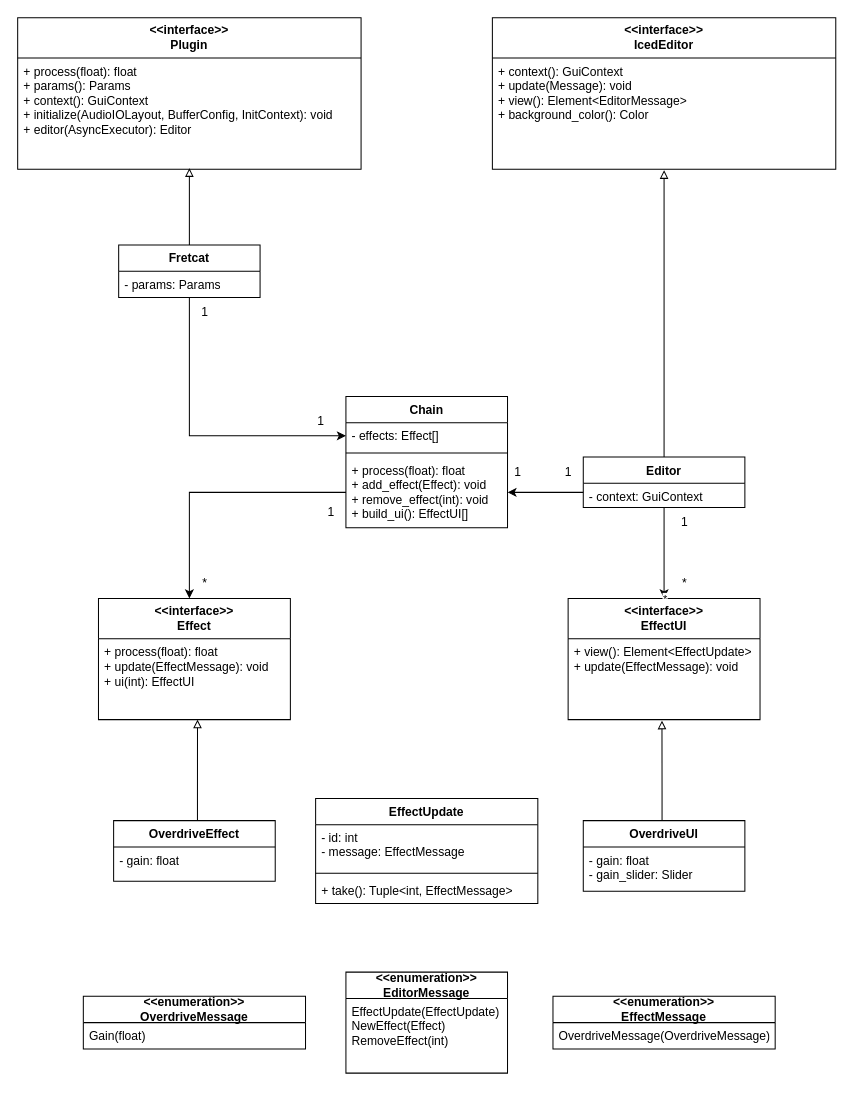
Before: diagrams/Structure/Diagrama de classe.drawio in GatoImorrivel/fretcat, a draw.io diagram. Source tidied: cells renumbered, new cells numbered last; positions are measured from the earlier drawing's top-left corner, leaving out a move shared by most shapes. Both pictures are drawn from the tidied source at 101%, with x=0, y=0 at pixel (17, 17).
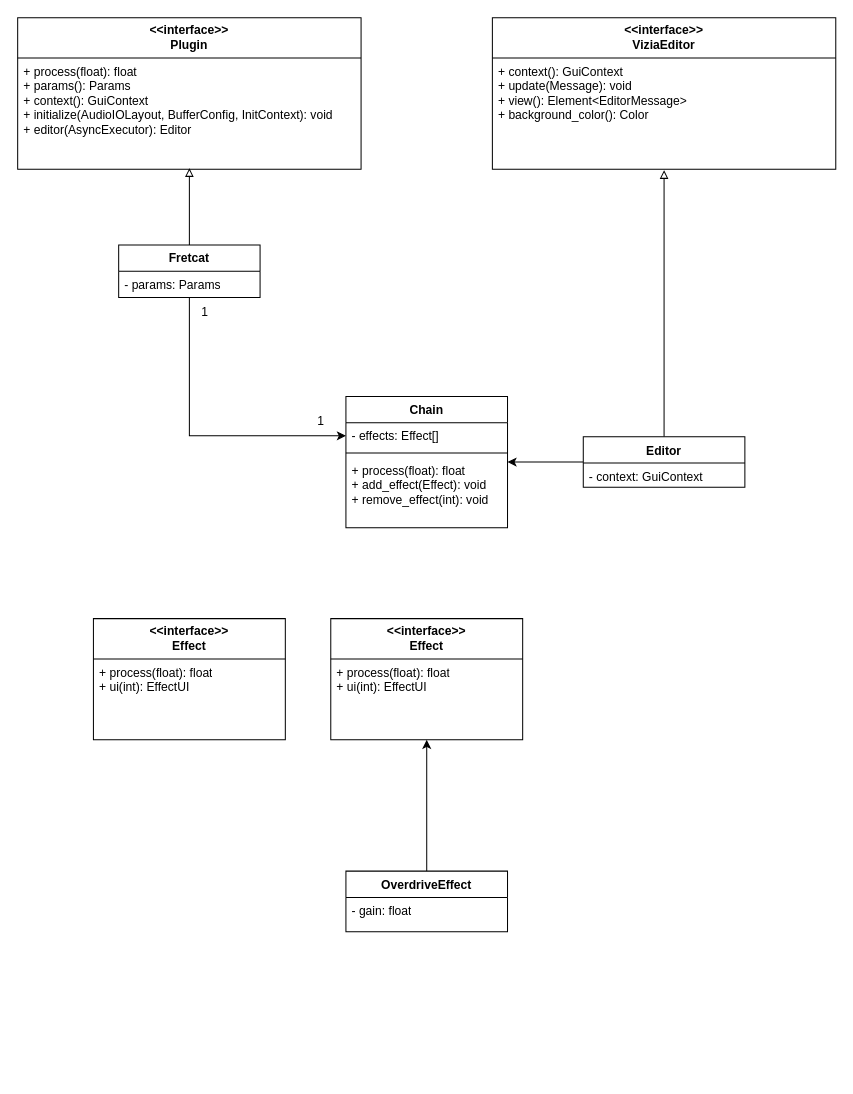
The same diagram, later.

Commit message (it also covers changes not shown here):
class diagram

The change refers to these unchanged cells:
```xml
<mxCell id="16" value="&lt;div&gt;- context: GuiContext&lt;/div&gt;" style="text;strokeColor=none;fillColor=none;align=left;verticalAlign=top;spacingLeft=4;spacingRight=4;overflow=hidden;points=[[0,0.5],[1,0.5]];portConstraint=eastwest;whiteSpace=wrap;html=1;" parent="15" vertex="1">
  <mxGeometry y="26" width="160" height="24" as="geometry" />
</mxCell>
<mxCell id="28" value="Chain" style="swimlane;fontStyle=1;align=center;verticalAlign=top;horizontal=1;startSize=26;whiteSpace=wrap;html=1;" parent="1" vertex="1">
  <mxGeometry x="325" y="375" width="160" height="130" as="geometry" />
</mxCell>
```

What changed in the source:
```diff
@@
     <mxCell id="2" value="&lt;div&gt;&lt;b&gt;&amp;lt;&amp;lt;interface&amp;gt;&amp;gt;&lt;/b&gt;&lt;/div&gt;&lt;div&gt;&lt;b&gt;Effect&lt;br&gt;&lt;/b&gt;&lt;/div&gt;" style="swimlane;fontStyle=0;horizontal=1;startSize=40;fillColor=none;whiteSpace=wrap;html=1;" parent="1" vertex="1">
-      <mxGeometry x="80" y="575" width="190" height="120" as="geometry" />
+      <mxGeometry x="310" y="595" width="190" height="120" as="geometry" />
     </mxCell>
-    <mxCell id="3" value="&lt;div&gt;+ process(float): float&lt;/div&gt;&lt;div&gt;+ update(EffectMessage): void&lt;br&gt;&lt;/div&gt;&lt;div&gt;+ ui(int): EffectUI&lt;br&gt;&lt;/div&gt;" style="text;strokeColor=none;fillColor=none;align=left;verticalAlign=top;spacingLeft=4;spacingRight=4;overflow=hidden;points=[[0,0.5],[1,0.5]];portConstraint=eastwest;whiteSpace=wrap;html=1;" parent="2" vertex="1">
+    <mxCell id="3" value="&lt;div&gt;+ process(float): float&lt;/div&gt;&lt;div&gt;+ ui(int): EffectUI&lt;br&gt;&lt;/div&gt;" style="text;strokeColor=none;fillColor=none;align=left;verticalAlign=top;spacingLeft=4;spacingRight=4;overflow=hidden;points=[[0,0.5],[1,0.5]];portConstraint=eastwest;whiteSpace=wrap;html=1;" parent="2" vertex="1">
       <mxGeometry y="40" width="190" height="80" as="geometry" />
     </mxCell>
@@
-    <mxCell id="10" value="&lt;div&gt;&lt;b&gt;&amp;lt;&amp;lt;interface&amp;gt;&amp;gt;&lt;/b&gt;&lt;/div&gt;&lt;div&gt;&lt;b&gt;EffectUI&lt;br&gt;&lt;/b&gt;&lt;/div&gt;" style="swimlane;fontStyle=0;horizontal=1;startSize=40;fillColor=none;whiteSpace=wrap;html=1;" parent="1" vertex="1">
-      <mxGeometry x="545" y="575" width="190" height="120" as="geometry" />
-    </mxCell>
-    <mxCell id="11" value="&lt;div&gt;+ view(): Element&amp;lt;EffectUpdate&amp;gt;&lt;/div&gt;&lt;div&gt;+ update(EffectMessage): void&lt;br&gt;&lt;/div&gt;" style="text;strokeColor=none;fillColor=none;align=left;verticalAlign=top;spacingLeft=4;spacingRight=4;overflow=hidden;points=[[0,0.5],[1,0.5]];portConstraint=eastwest;whiteSpace=wrap;html=1;" parent="10" vertex="1">
-      <mxGeometry y="40" width="190" height="80" as="geometry" />
-    </mxCell>
-    <mxCell id="12" style="edgeStyle=orthogonalEdgeStyle;rounded=0;jettySize=auto;html=1;entryX=0.5;entryY=0;entryDx=0;entryDy=0;" parent="1" edge="1" source="15" target="10">
-      <mxGeometry relative="1" as="geometry" />
-    </mxCell>
-    <mxCell id="13" value="*" style="edgeLabel;html=1;align=center;verticalAlign=middle;" parent="12" vertex="1">
-      <mxGeometry x="0.71" y="2" relative="1" as="geometry">
-        <mxPoint x="-2" y="13" as="offset" />
-      </mxGeometry>
-    </mxCell>
@@
+    <mxCell id="51" style="edgeStyle=orthogonalEdgeStyle;rounded=0;jettySize=auto;html=1;" parent="1" edge="1" source="15" target="28">
+      <mxGeometry relative="1" as="geometry" />
+    </mxCell>
     <mxCell id="15" value="Editor" style="swimlane;fontStyle=1;align=center;verticalAlign=top;horizontal=1;startSize=26;whiteSpace=wrap;html=1;" parent="1" vertex="1">
-      <mxGeometry x="560" y="435" width="160" height="50" as="geometry" />
+      <mxGeometry x="560" y="415" width="160" height="50" as="geometry" />
     </mxCell>
@@
-    <mxCell id="18" value="&lt;div&gt;&lt;b&gt;&amp;lt;&amp;lt;interface&amp;gt;&amp;gt;&lt;/b&gt;&lt;/div&gt;&lt;div&gt;&lt;b&gt;IcedEditor&lt;br&gt;&lt;/b&gt;&lt;/div&gt;" style="swimlane;fontStyle=0;horizontal=1;startSize=40;fillColor=none;whiteSpace=wrap;html=1;" parent="1" vertex="1">
+    <mxCell id="18" value="&lt;div&gt;&lt;b&gt;&amp;lt;&amp;lt;interface&amp;gt;&amp;gt;&lt;/b&gt;&lt;/div&gt;&lt;div&gt;&lt;b&gt;ViziaEditor&lt;br&gt;&lt;/b&gt;&lt;/div&gt;" style="swimlane;fontStyle=0;horizontal=1;startSize=40;fillColor=none;whiteSpace=wrap;html=1;" parent="1" vertex="1">
       <mxGeometry x="470" width="340" height="150" as="geometry" />
     </mxCell>
@@
-    <mxCell id="20" value="&lt;div&gt;&lt;b&gt;&amp;lt;&amp;lt;enumeration&amp;gt;&amp;gt;&lt;/b&gt;&lt;/div&gt;&lt;div&gt;&lt;b&gt;EditorMessage&lt;br&gt;&lt;/b&gt;&lt;/div&gt;" style="swimlane;fontStyle=0;horizontal=1;startSize=26;fillColor=none;whiteSpace=wrap;html=1;" parent="1" vertex="1">
-      <mxGeometry x="325" y="945" width="160" height="100" as="geometry" />
-    </mxCell>
-    <mxCell id="21" value="&lt;div&gt;EffectUpdate(EffectUpdate)&lt;/div&gt;&lt;div&gt;NewEffect(Effect)&lt;/div&gt;&lt;div&gt;RemoveEffect(int)&lt;br&gt;&lt;/div&gt;" style="text;strokeColor=none;fillColor=none;align=left;verticalAlign=top;spacingLeft=4;spacingRight=4;overflow=hidden;whiteSpace=wrap;html=1;" parent="20" vertex="1">
-      <mxGeometry y="26" width="160" height="74" as="geometry" />
-    </mxCell>
-    <mxCell id="22" value="&lt;div&gt;&lt;b&gt;&amp;lt;&amp;lt;enumeration&amp;gt;&amp;gt;&lt;/b&gt;&lt;/div&gt;&lt;div&gt;&lt;b&gt;EffectMessage&lt;br&gt;&lt;/b&gt;&lt;/div&gt;" style="swimlane;fontStyle=0;horizontal=1;startSize=26;fillColor=none;whiteSpace=wrap;html=1;" parent="1" vertex="1">
-      <mxGeometry x="530" y="969" width="220" height="52" as="geometry" />
-    </mxCell>
-    <mxCell id="23" value="OverdriveMessage(OverdriveMessage)" style="text;strokeColor=none;fillColor=none;align=left;verticalAlign=top;spacingLeft=4;spacingRight=4;overflow=hidden;whiteSpace=wrap;html=1;" parent="22" vertex="1">
-      <mxGeometry y="26" width="220" height="26" as="geometry" />
-    </mxCell>
-    <mxCell id="24" value="EffectUpdate" style="swimlane;fontStyle=1;align=center;verticalAlign=top;horizontal=1;startSize=26;whiteSpace=wrap;html=1;" parent="1" vertex="1">
-      <mxGeometry x="295" y="773" width="220" height="104" as="geometry" />
-    </mxCell>
-    <mxCell id="25" value="&lt;div&gt;- id: int&lt;/div&gt;- message: EffectMessage" style="text;strokeColor=none;fillColor=none;align=left;verticalAlign=top;spacingLeft=4;spacingRight=4;overflow=hidden;whiteSpace=wrap;html=1;" parent="24" vertex="1">
-      <mxGeometry y="26" width="220" height="44" as="geometry" />
-    </mxCell>
-    <mxCell id="26" style="line;strokeWidth=1;fillColor=none;align=left;verticalAlign=middle;spacingTop=-1;spacingLeft=3;spacingRight=3;labelPosition=right;strokeColor=inherit;" parent="24" vertex="1">
-      <mxGeometry y="70" width="220" height="8" as="geometry" />
-    </mxCell>
-    <mxCell id="27" value="+ take(): Tuple&amp;lt;int, EffectMessage&amp;gt;" style="text;strokeColor=none;fillColor=none;align=left;verticalAlign=top;spacingLeft=4;spacingRight=4;overflow=hidden;whiteSpace=wrap;html=1;" parent="24" vertex="1">
-      <mxGeometry y="78" width="220" height="26" as="geometry" />
-    </mxCell>
@@
-    <mxCell id="31" value="&lt;div&gt;+ process(float): float&lt;/div&gt;&lt;div&gt;+ add_effect(Effect): void&lt;/div&gt;&lt;div&gt;+ remove_effect(int): void&lt;br&gt;&lt;/div&gt;&lt;div&gt;+ build_ui(): EffectUI[]&lt;br&gt;&lt;/div&gt;" style="text;strokeColor=none;fillColor=none;align=left;verticalAlign=top;spacingLeft=4;spacingRight=4;overflow=hidden;points=[[0,0.5],[1,0.5]];portConstraint=eastwest;whiteSpace=wrap;html=1;" parent="28" vertex="1">
+    <mxCell id="31" value="&lt;div&gt;+ process(float): float&lt;/div&gt;&lt;div&gt;+ add_effect(Effect): void&lt;/div&gt;&lt;div&gt;+ remove_effect(int): void&lt;/div&gt;" style="text;strokeColor=none;fillColor=none;align=left;verticalAlign=top;spacingLeft=4;spacingRight=4;overflow=hidden;points=[[0,0.5],[1,0.5]];portConstraint=eastwest;whiteSpace=wrap;html=1;" parent="28" vertex="1">
       <mxGeometry y="60" width="160" height="70" as="geometry" />
     </mxCell>
-    <mxCell id="32" style="edgeStyle=orthogonalEdgeStyle;rounded=0;jettySize=auto;html=1;" parent="1" edge="1" source="31" target="2">
-      <mxGeometry relative="1" as="geometry">
-        <Array as="points">
-          <mxPoint x="170" y="470" />
-        </Array>
-      </mxGeometry>
-    </mxCell>
-    <mxCell id="33" style="edgeStyle=orthogonalEdgeStyle;rounded=0;jettySize=auto;html=1;entryX=0.516;entryY=1;entryDx=0;entryDy=0;entryPerimeter=0;endArrow=block;endFill=0;" parent="1" edge="1" source="34" target="3">
-      <mxGeometry relative="1" as="geometry">
-        <Array as="points">
-          <mxPoint x="178" y="775" />
-          <mxPoint x="178" y="775" />
-        </Array>
-      </mxGeometry>
-    </mxCell>
+    <mxCell id="52" style="edgeStyle=orthogonalEdgeStyle;rounded=0;jettySize=auto;html=1;" parent="1" edge="1" source="34" target="2">
+      <mxGeometry relative="1" as="geometry" />
+    </mxCell>
     <mxCell id="34" value="OverdriveEffect" style="swimlane;fontStyle=1;align=center;verticalAlign=top;horizontal=1;startSize=26;whiteSpace=wrap;html=1;" parent="1" vertex="1">
-      <mxGeometry x="95" y="795" width="160" height="60" as="geometry" />
+      <mxGeometry x="325" y="845" width="160" height="60" as="geometry" />
     </mxCell>
@@
-    <mxCell id="37" value="&lt;div&gt;&lt;b&gt;&amp;lt;&amp;lt;enumeration&amp;gt;&amp;gt;&lt;/b&gt;&lt;/div&gt;&lt;b&gt;OverdriveMessage&lt;/b&gt;" style="swimlane;fontStyle=0;horizontal=1;startSize=26;fillColor=none;whiteSpace=wrap;html=1;" parent="1" vertex="1">
-      <mxGeometry x="65" y="969" width="220" height="52" as="geometry" />
-    </mxCell>
-    <mxCell id="38" value="Gain(float)" style="text;strokeColor=none;fillColor=none;align=left;verticalAlign=top;spacingLeft=4;spacingRight=4;overflow=hidden;whiteSpace=wrap;html=1;" parent="37" vertex="1">
-      <mxGeometry y="26" width="220" height="26" as="geometry" />
-    </mxCell>
-    <mxCell id="39" style="edgeStyle=orthogonalEdgeStyle;rounded=0;jettySize=auto;html=1;entryX=0.489;entryY=1.013;entryDx=0;entryDy=0;entryPerimeter=0;endArrow=block;endFill=0;" parent="1" edge="1" source="40" target="11">
-      <mxGeometry relative="1" as="geometry">
-        <Array as="points">
-          <mxPoint x="638" y="765" />
-          <mxPoint x="638" y="765" />
-        </Array>
-      </mxGeometry>
-    </mxCell>
-    <mxCell id="40" value="OverdriveUI" style="swimlane;fontStyle=1;align=center;verticalAlign=top;horizontal=1;startSize=26;whiteSpace=wrap;html=1;" parent="1" vertex="1">
-      <mxGeometry x="560" y="795" width="160" height="70" as="geometry" />
-    </mxCell>
-    <mxCell id="41" value="&lt;div&gt;- gain: float&lt;/div&gt;&lt;div&gt;- gain_slider: Slider&lt;br&gt;&lt;/div&gt;" style="text;strokeColor=none;fillColor=none;align=left;verticalAlign=top;spacingLeft=4;spacingRight=4;overflow=hidden;whiteSpace=wrap;html=1;" parent="40" vertex="1">
-      <mxGeometry y="26" width="160" height="44" as="geometry" />
-    </mxCell>
-    <mxCell id="42" value="&lt;div&gt;1&lt;/div&gt;" style="text;html=1;align=center;verticalAlign=middle;strokeColor=none;fillColor=none;" parent="1" vertex="1">
-      <mxGeometry x="645" y="485" width="30" height="30" as="geometry" />
-    </mxCell>
-    <mxCell id="43" value="*" style="text;html=1;align=center;verticalAlign=middle;strokeColor=none;fillColor=none;" parent="1" vertex="1">
-      <mxGeometry x="645" y="545" width="30" height="30" as="geometry" />
-    </mxCell>
-    <mxCell id="44" value="*" style="text;html=1;align=center;verticalAlign=middle;strokeColor=none;fillColor=none;" parent="1" vertex="1">
-      <mxGeometry x="170" y="545" width="30" height="30" as="geometry" />
-    </mxCell>
-    <mxCell id="45" value="&lt;div&gt;1&lt;/div&gt;" style="text;html=1;align=center;verticalAlign=middle;strokeColor=none;fillColor=none;" parent="1" vertex="1">
-      <mxGeometry x="295" y="475" width="30" height="30" as="geometry" />
-    </mxCell>
@@
-    <mxCell id="48" style="edgeStyle=orthogonalEdgeStyle;rounded=0;jettySize=auto;html=1;entryX=1;entryY=0.5;entryDx=0;entryDy=0;" parent="1" edge="1" source="16" target="31">
-      <mxGeometry relative="1" as="geometry">
-        <Array as="points">
-          <mxPoint x="540" y="470" />
-          <mxPoint x="540" y="470" />
-        </Array>
-      </mxGeometry>
-    </mxCell>
-    <mxCell id="49" value="&lt;div&gt;1&lt;/div&gt;" style="text;html=1;align=center;verticalAlign=middle;strokeColor=none;fillColor=none;" parent="1" vertex="1">
-      <mxGeometry x="480" y="435" width="30" height="30" as="geometry" />
-    </mxCell>
-    <mxCell id="50" value="&lt;div&gt;1&lt;/div&gt;" style="text;html=1;align=center;verticalAlign=middle;strokeColor=none;fillColor=none;" parent="1" vertex="1">
-      <mxGeometry x="530" y="435" width="30" height="30" as="geometry" />
-    </mxCell>
+    <mxCell id="53" value="&lt;div&gt;&lt;b&gt;&amp;lt;&amp;lt;interface&amp;gt;&amp;gt;&lt;/b&gt;&lt;/div&gt;&lt;div&gt;&lt;b&gt;Effect&lt;br&gt;&lt;/b&gt;&lt;/div&gt;" style="swimlane;fontStyle=0;horizontal=1;startSize=40;fillColor=none;whiteSpace=wrap;html=1;" parent="1" vertex="1">
+      <mxGeometry x="75" y="595" width="190" height="120" as="geometry" />
+    </mxCell>
+    <mxCell id="54" value="&lt;div&gt;+ process(float): float&lt;/div&gt;&lt;div&gt;+ ui(int): EffectUI&lt;br&gt;&lt;/div&gt;" style="text;strokeColor=none;fillColor=none;align=left;verticalAlign=top;spacingLeft=4;spacingRight=4;overflow=hidden;whiteSpace=wrap;html=1;" parent="53" vertex="1">
+      <mxGeometry y="40" width="190" height="80" as="geometry" />
+    </mxCell>
```
